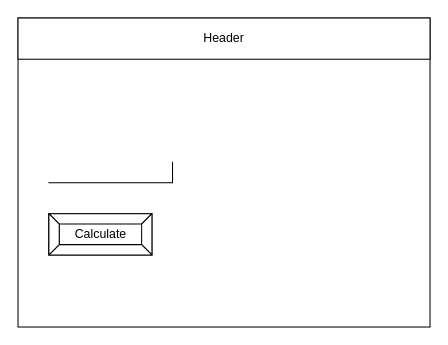
Chloe-Havel/ICS2O-Unit5-01-HTML keeps this draw.io diagram as design/story-board.drawio. Above is the earlier version. Source tidied: cells renumbered, new cells numbered last; positions are measured from the earlier drawing's top-left corner, leaving out a move shared by most shapes. Both pictures are drawn from the tidied source at 103%, with x=0, y=0 at pixel (18, 18).
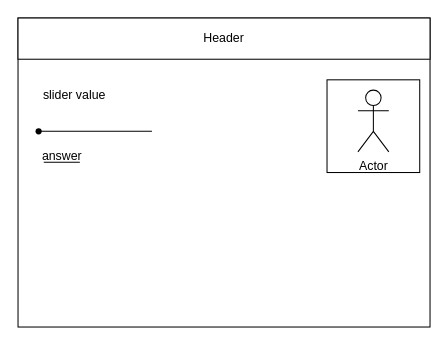
The same page after the edit.

Change to the diagram source:
```diff
@@
 <mxGraphModel>
   <root>
     <mxCell id="0" />
     <mxCell id="1" parent="0" />
     <mxCell id="2" style="rounded=0;whiteSpace=wrap;html=1;" parent="1" vertex="1">
       <mxGeometry width="400" height="300" as="geometry" />
     </mxCell>
     <mxCell id="3" value="Header" style="rounded=0;whiteSpace=wrap;html=1;" parent="1" vertex="1">
       <mxGeometry width="400" height="40" as="geometry" />
     </mxCell>
-    <mxCell id="4" style="shape=partialRectangle;whiteSpace=wrap;html=1;top=0;left=0;fillColor=none;" parent="1" vertex="1">
-      <mxGeometry x="30" y="140" width="120" height="20" as="geometry" />
-    </mxCell>
-    <mxCell id="5" value="Calculate" style="labelPosition=center;verticalLabelPosition=middle;align=center;html=1;shape=mxgraph.basic.button;dx=10;" parent="1" vertex="1">
-      <mxGeometry x="30" y="190" width="100" height="40" as="geometry" />
+    <mxCell id="5" value="slider value" style="text;html=1;strokeColor=none;fillColor=none;align=center;verticalAlign=middle;whiteSpace=wrap;rounded=0;" parent="1" vertex="1">
+      <mxGeometry x="10" y="60" width="90" height="30" as="geometry" />
     </mxCell>
+    <mxCell id="6" style="endArrow=none;html=1;" parent="1" edge="1" target="7">
+      <mxGeometry relative="1" as="geometry">
+        <mxPoint x="130" y="110" as="sourcePoint" />
+      </mxGeometry>
+    </mxCell>
+    <mxCell id="7" style="shape=waypoint;sketch=0;fillStyle=solid;size=6;points=[];fillColor=none;perimeter=centerPerimeter;snapToPoint=1;" parent="1" vertex="1">
+      <mxGeometry y="90" width="40" height="40" as="geometry" />
+    </mxCell>
+    <mxCell id="8" style="endArrow=none;html=1;" parent="1" edge="1">
+      <mxGeometry relative="1" as="geometry">
+        <mxPoint x="25" y="140" as="sourcePoint" />
+        <mxPoint x="60" y="140" as="targetPoint" />
+      </mxGeometry>
+    </mxCell>
+    <mxCell id="9" value="answer" style="text;html=1;strokeColor=none;fillColor=none;align=center;verticalAlign=middle;whiteSpace=wrap;rounded=0;" parent="1" vertex="1">
+      <mxGeometry x="13" y="119" width="60" height="30" as="geometry" />
+    </mxCell>
+    <mxCell id="10" style="whiteSpace=wrap;html=1;" parent="1" vertex="1">
+      <mxGeometry x="300" y="60" width="90" height="90" as="geometry" />
+    </mxCell>
+    <mxCell id="11" value="Actor" style="shape=umlActor;verticalLabelPosition=bottom;verticalAlign=top;html=1;" parent="1" vertex="1">
+      <mxGeometry x="330" y="70" width="30" height="60" as="geometry" />
+    </mxCell>
   </root>
 </mxGraphModel>
```
